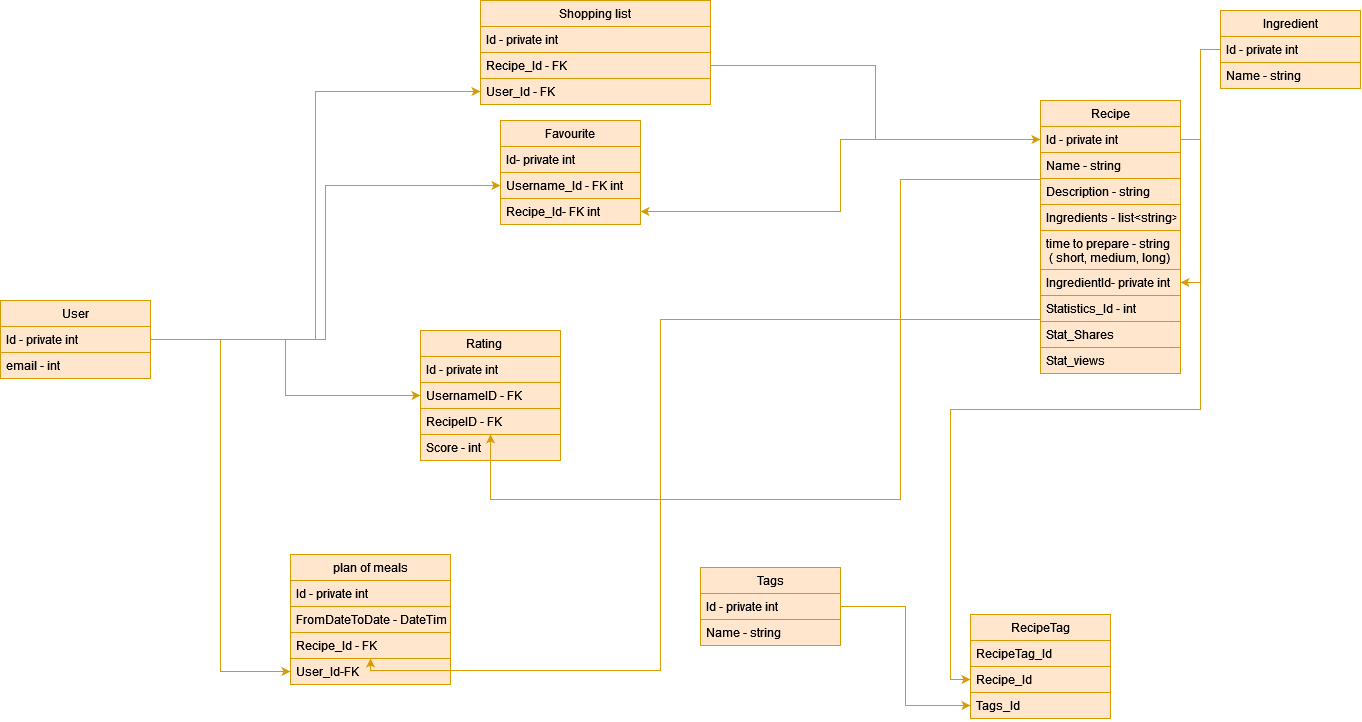
The draw.io diagram DatabaseStructure.drawio.png in Kyziur/WhatToCook, before a commit. Source tidied: cells renumbered, new cells last; positions are measured from the earlier drawing's top-left corner, leaving out a move shared by most shapes.
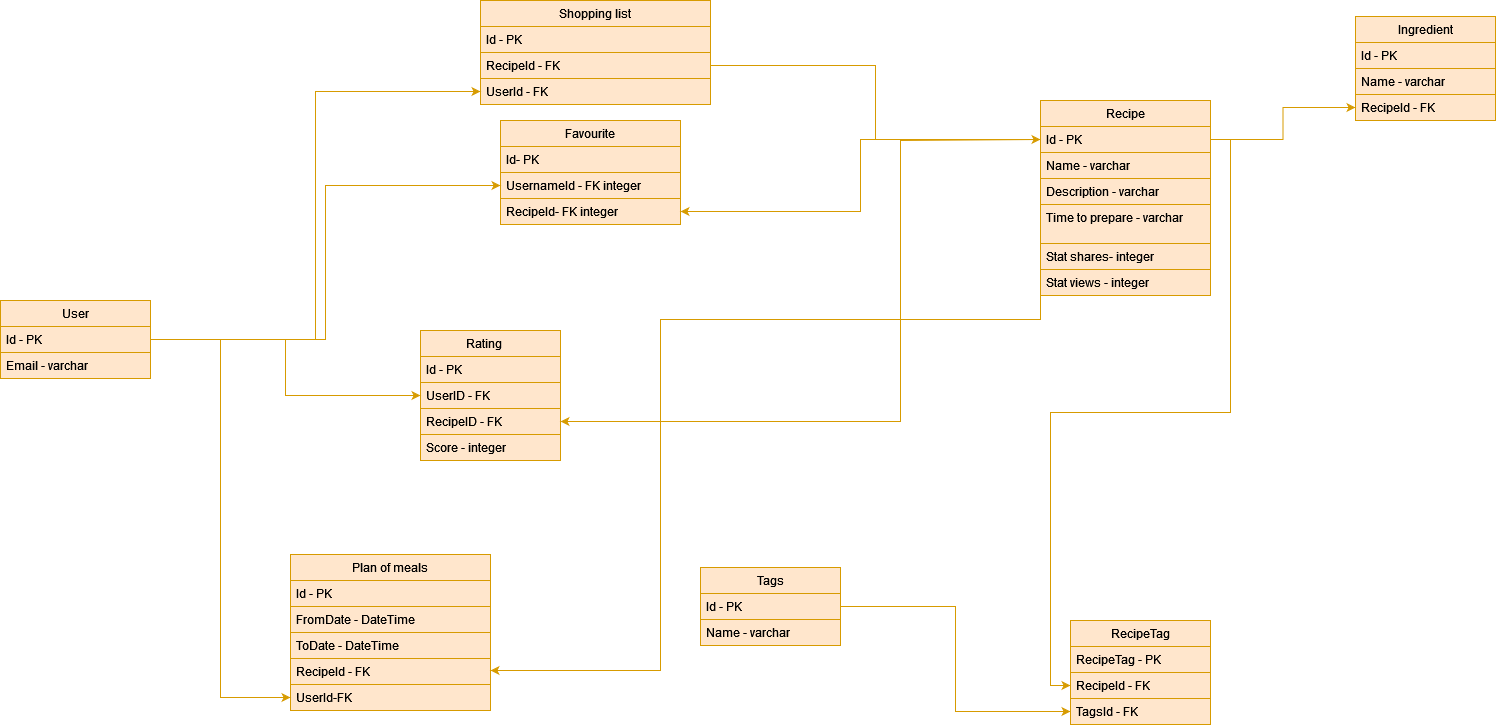
The same file after the commit.

Commit message:
applied suggested changes in DB structure

Diff of the diagram source:
```diff
@@ -5,11 +5,11 @@
     <mxCell id="2" value="RecipeTag" style="swimlane;fontStyle=0;horizontal=1;startSize=26;fillColor=#ffe6cc;strokeColor=#d79b00;" parent="1" vertex="1">
-      <mxGeometry x="970" y="614" width="140" height="104" as="geometry" />
+      <mxGeometry x="1070" y="620" width="140" height="104" as="geometry" />
     </mxCell>
-    <mxCell id="3" value="RecipeTag_Id" style="text;align=left;verticalAlign=top;spacingLeft=4;spacingRight=4;overflow=hidden;fillColor=#ffe6cc;strokeColor=#d79b00;" parent="2" vertex="1">
+    <mxCell id="3" value="RecipeTag - PK" style="text;align=left;verticalAlign=top;spacingLeft=4;spacingRight=4;overflow=hidden;fillColor=#ffe6cc;strokeColor=#d79b00;" parent="2" vertex="1">
       <mxGeometry y="26" width="140" height="26" as="geometry" />
     </mxCell>
-    <mxCell id="4" value="Recipe_Id" style="text;align=left;verticalAlign=top;spacingLeft=4;spacingRight=4;overflow=hidden;points=[[0,0.5],[1,0.5]];portConstraint=eastwest;fillColor=#ffe6cc;strokeColor=#d79b00;" parent="2" vertex="1">
+    <mxCell id="4" value="RecipeId - FK" style="text;align=left;verticalAlign=top;spacingLeft=4;spacingRight=4;overflow=hidden;points=[[0,0.5],[1,0.5]];portConstraint=eastwest;fillColor=#ffe6cc;strokeColor=#d79b00;" parent="2" vertex="1">
       <mxGeometry y="52" width="140" height="26" as="geometry" />
     </mxCell>
-    <mxCell id="5" value="Tags_Id" style="text;align=left;verticalAlign=top;spacingLeft=4;spacingRight=4;overflow=hidden;points=[[0,0.5],[1,0.5]];portConstraint=eastwest;fillColor=#ffe6cc;strokeColor=#d79b00;" parent="2" vertex="1">
+    <mxCell id="5" value="TagsId - FK" style="text;align=left;verticalAlign=top;spacingLeft=4;spacingRight=4;overflow=hidden;points=[[0,0.5],[1,0.5]];portConstraint=eastwest;fillColor=#ffe6cc;strokeColor=#d79b00;" parent="2" vertex="1">
       <mxGeometry y="78" width="140" height="26" as="geometry" />
@@ -19,6 +19,6 @@
     </mxCell>
-    <mxCell id="7" value="Id - private int" style="text;align=left;verticalAlign=top;spacingLeft=4;spacingRight=4;overflow=hidden;points=[[0,0.5],[1,0.5]];portConstraint=eastwest;fillColor=#ffe6cc;strokeColor=#d79b00;" parent="6" vertex="1">
+    <mxCell id="7" value="Id - PK" style="text;align=left;verticalAlign=top;spacingLeft=4;spacingRight=4;overflow=hidden;points=[[0,0.5],[1,0.5]];portConstraint=eastwest;fillColor=#ffe6cc;strokeColor=#d79b00;" parent="6" vertex="1">
       <mxGeometry y="26" width="140" height="26" as="geometry" />
     </mxCell>
-    <mxCell id="8" value="Name - string" style="text;align=left;verticalAlign=top;spacingLeft=4;spacingRight=4;overflow=hidden;fillColor=#ffe6cc;strokeColor=#d79b00;" parent="6" vertex="1">
+    <mxCell id="8" value="Name - varchar" style="text;align=left;verticalAlign=top;spacingLeft=4;spacingRight=4;overflow=hidden;fillColor=#ffe6cc;strokeColor=#d79b00;" parent="6" vertex="1">
       <mxGeometry y="52" width="140" height="26" as="geometry" />
@@ -26,42 +26,33 @@
     <mxCell id="9" value="Favourite" style="swimlane;fontStyle=0;horizontal=1;startSize=26;fillColor=#ffe6cc;strokeColor=#d79b00;" parent="1" vertex="1">
-      <mxGeometry x="500" y="120" width="140" height="104" as="geometry" />
+      <mxGeometry x="500" y="120" width="180" height="104" as="geometry" />
     </mxCell>
-    <mxCell id="10" value="Id- private int" style="text;align=left;verticalAlign=top;spacingLeft=4;spacingRight=4;overflow=hidden;fillColor=#ffe6cc;strokeColor=#d79b00;" parent="9" vertex="1">
-      <mxGeometry y="26" width="140" height="26" as="geometry" />
+    <mxCell id="10" value="Id- PK" style="text;align=left;verticalAlign=top;spacingLeft=4;spacingRight=4;overflow=hidden;fillColor=#ffe6cc;strokeColor=#d79b00;" parent="9" vertex="1">
+      <mxGeometry y="26" width="180" height="26" as="geometry" />
     </mxCell>
-    <mxCell id="11" value="Username_Id - FK int" style="text;align=left;verticalAlign=top;spacingLeft=4;spacingRight=4;overflow=hidden;points=[[0,0.5],[1,0.5]];portConstraint=eastwest;fillColor=#ffe6cc;strokeColor=#d79b00;" parent="9" vertex="1">
-      <mxGeometry y="52" width="140" height="26" as="geometry" />
+    <mxCell id="11" value="UsernameId - FK integer" style="text;align=left;verticalAlign=top;spacingLeft=4;spacingRight=4;overflow=hidden;points=[[0,0.5],[1,0.5]];portConstraint=eastwest;fillColor=#ffe6cc;strokeColor=#d79b00;" parent="9" vertex="1">
+      <mxGeometry y="52" width="180" height="26" as="geometry" />
     </mxCell>
-    <mxCell id="12" value="Recipe_Id- FK int" style="text;align=left;verticalAlign=top;spacingLeft=4;spacingRight=4;overflow=hidden;points=[[0,0.5],[1,0.5]];portConstraint=eastwest;fillColor=#ffe6cc;strokeColor=#d79b00;" parent="9" vertex="1">
-      <mxGeometry y="78" width="140" height="26" as="geometry" />
+    <mxCell id="12" value="RecipeId- FK integer" style="text;align=left;verticalAlign=top;spacingLeft=4;spacingRight=4;overflow=hidden;points=[[0,0.5],[1,0.5]];portConstraint=eastwest;fillColor=#ffe6cc;strokeColor=#d79b00;" parent="9" vertex="1">
+      <mxGeometry y="78" width="180" height="26" as="geometry" />
     </mxCell>
     <mxCell id="13" value="Recipe" style="swimlane;fontStyle=0;horizontal=1;startSize=26;fillColor=#ffe6cc;strokeColor=#d79b00;" parent="1" vertex="1">
-      <mxGeometry x="1040" y="100" width="140" height="273" as="geometry" />
+      <mxGeometry x="1040" y="100" width="170" height="195" as="geometry" />
     </mxCell>
-    <mxCell id="14" value="Id - private int" style="text;align=left;verticalAlign=top;spacingLeft=4;spacingRight=4;overflow=hidden;points=[[0,0.5],[1,0.5]];portConstraint=eastwest;fillColor=#ffe6cc;strokeColor=#d79b00;" parent="13" vertex="1">
-      <mxGeometry y="26" width="140" height="26" as="geometry" />
+    <mxCell id="14" value="Id - PK" style="text;align=left;verticalAlign=top;spacingLeft=4;spacingRight=4;overflow=hidden;points=[[0,0.5],[1,0.5]];portConstraint=eastwest;fillColor=#ffe6cc;strokeColor=#d79b00;" parent="13" vertex="1">
+      <mxGeometry y="26" width="170" height="26" as="geometry" />
     </mxCell>
-    <mxCell id="15" value="Name - string" style="text;align=left;verticalAlign=top;spacingLeft=4;spacingRight=4;overflow=hidden;fillColor=#ffe6cc;strokeColor=#d79b00;" parent="13" vertex="1">
-      <mxGeometry y="52" width="140" height="26" as="geometry" />
+    <mxCell id="15" value="Name - varchar" style="text;align=left;verticalAlign=top;spacingLeft=4;spacingRight=4;overflow=hidden;fillColor=#ffe6cc;strokeColor=#d79b00;" parent="13" vertex="1">
+      <mxGeometry y="52" width="170" height="26" as="geometry" />
     </mxCell>
-    <mxCell id="16" value="Description - string" style="text;align=left;verticalAlign=top;spacingLeft=4;spacingRight=4;overflow=hidden;fillColor=#ffe6cc;strokeColor=#d79b00;" parent="13" vertex="1">
-      <mxGeometry y="78" width="140" height="26" as="geometry" />
+    <mxCell id="16" value="Description - varchar" style="text;align=left;verticalAlign=top;spacingLeft=4;spacingRight=4;overflow=hidden;fillColor=#ffe6cc;strokeColor=#d79b00;" parent="13" vertex="1">
+      <mxGeometry y="78" width="170" height="26" as="geometry" />
     </mxCell>
-    <mxCell id="17" value="Ingredients - list&lt;string&gt;" style="text;align=left;verticalAlign=top;spacingLeft=4;spacingRight=4;overflow=hidden;fillColor=#ffe6cc;strokeColor=#d79b00;" parent="13" vertex="1">
-      <mxGeometry y="104" width="140" height="26" as="geometry" />
-    </mxCell>
-    <mxCell id="18" value="time to prepare - string&#10; ( short, medium, long)" style="text;align=left;verticalAlign=top;spacingLeft=4;spacingRight=4;overflow=hidden;fillColor=#ffe6cc;strokeColor=#d79b00;" parent="13" vertex="1">
-      <mxGeometry y="130" width="140" height="39" as="geometry" />
+    <mxCell id="18" value="Time to prepare - varchar" style="text;align=left;verticalAlign=top;spacingLeft=4;spacingRight=4;overflow=hidden;fillColor=#ffe6cc;strokeColor=#d79b00;" parent="13" vertex="1">
+      <mxGeometry y="104" width="170" height="39" as="geometry" />
     </mxCell>
-    <mxCell id="19" value="IngredientId- private int" style="text;align=left;verticalAlign=top;spacingLeft=4;spacingRight=4;overflow=hidden;points=[[0,0.5],[1,0.5]];portConstraint=eastwest;fillColor=#ffe6cc;strokeColor=#d79b00;" parent="13" vertex="1">
-      <mxGeometry y="169" width="140" height="26" as="geometry" />
-    </mxCell>
-    <mxCell id="20" value="Statistics_Id - int" style="text;align=left;verticalAlign=top;spacingLeft=4;spacingRight=4;overflow=hidden;fillColor=#ffe6cc;strokeColor=#d79b00;" parent="13" vertex="1">
-      <mxGeometry y="195" width="140" height="26" as="geometry" />
-    </mxCell>
-    <mxCell id="21" value="Stat_Shares" style="text;align=left;verticalAlign=top;spacingLeft=4;spacingRight=4;overflow=hidden;fillColor=#ffe6cc;strokeColor=#d79b00;" parent="13" vertex="1">
-      <mxGeometry y="221" width="140" height="26" as="geometry" />
+    <mxCell id="21" value="Stat shares- integer" style="text;align=left;verticalAlign=top;spacingLeft=4;spacingRight=4;overflow=hidden;fillColor=#ffe6cc;strokeColor=#d79b00;" parent="13" vertex="1">
+      <mxGeometry y="143" width="170" height="26" as="geometry" />
     </mxCell>
-    <mxCell id="22" value="Stat_views" style="text;align=left;verticalAlign=top;spacingLeft=4;spacingRight=4;overflow=hidden;fillColor=#ffe6cc;strokeColor=#d79b00;" parent="13" vertex="1">
-      <mxGeometry y="247" width="140" height="26" as="geometry" />
+    <mxCell id="22" value="Stat views - integer" style="text;align=left;verticalAlign=top;spacingLeft=4;spacingRight=4;overflow=hidden;fillColor=#ffe6cc;strokeColor=#d79b00;" parent="13" vertex="1">
+      <mxGeometry y="169" width="170" height="26" as="geometry" />
     </mxCell>
@@ -70,6 +61,6 @@
     </mxCell>
-    <mxCell id="24" value="Id - private int&#10;" style="text;align=left;verticalAlign=top;spacingLeft=4;spacingRight=4;overflow=hidden;fillColor=#ffe6cc;strokeColor=#d79b00;" parent="23" vertex="1">
+    <mxCell id="24" value="Id - PK" style="text;align=left;verticalAlign=top;spacingLeft=4;spacingRight=4;overflow=hidden;fillColor=#ffe6cc;strokeColor=#d79b00;" parent="23" vertex="1">
       <mxGeometry y="26" width="140" height="26" as="geometry" />
     </mxCell>
-    <mxCell id="25" value="UsernameID - FK&#10;" style="text;align=left;verticalAlign=top;spacingLeft=4;spacingRight=4;overflow=hidden;points=[[0,0.5],[1,0.5]];portConstraint=eastwest;fillColor=#ffe6cc;strokeColor=#d79b00;" parent="23" vertex="1">
+    <mxCell id="25" value="UserID - FK&#10;" style="text;align=left;verticalAlign=top;spacingLeft=4;spacingRight=4;overflow=hidden;points=[[0,0.5],[1,0.5]];portConstraint=eastwest;fillColor=#ffe6cc;strokeColor=#d79b00;" parent="23" vertex="1">
       <mxGeometry y="52" width="140" height="26" as="geometry" />
@@ -79,19 +70,22 @@
     </mxCell>
-    <mxCell id="27" value="Score - int" style="text;align=left;verticalAlign=top;spacingLeft=4;spacingRight=4;overflow=hidden;fillColor=#ffe6cc;strokeColor=#d79b00;" parent="23" vertex="1">
+    <mxCell id="27" value="Score - integer" style="text;align=left;verticalAlign=top;spacingLeft=4;spacingRight=4;overflow=hidden;fillColor=#ffe6cc;strokeColor=#d79b00;" parent="23" vertex="1">
       <mxGeometry y="104" width="140" height="26" as="geometry" />
     </mxCell>
-    <mxCell id="28" value="plan of meals" style="swimlane;fontStyle=0;horizontal=1;startSize=26;fillColor=#ffe6cc;strokeColor=#d79b00;" parent="1" vertex="1">
-      <mxGeometry x="290" y="554" width="160" height="130" as="geometry" />
+    <mxCell id="28" value="Plan of meals" style="swimlane;fontStyle=0;horizontal=1;startSize=26;fillColor=#ffe6cc;strokeColor=#d79b00;" parent="1" vertex="1">
+      <mxGeometry x="290" y="554" width="200" height="156" as="geometry" />
     </mxCell>
-    <mxCell id="29" value="Id - private int" style="text;align=left;verticalAlign=top;spacingLeft=4;spacingRight=4;overflow=hidden;fillColor=#ffe6cc;strokeColor=#d79b00;" parent="28" vertex="1">
-      <mxGeometry y="26" width="160" height="26" as="geometry" />
+    <mxCell id="29" value="Id - PK" style="text;align=left;verticalAlign=top;spacingLeft=4;spacingRight=4;overflow=hidden;fillColor=#ffe6cc;strokeColor=#d79b00;" parent="28" vertex="1">
+      <mxGeometry y="26" width="200" height="26" as="geometry" />
     </mxCell>
-    <mxCell id="30" value="FromDateToDate - DateTime" style="text;align=left;verticalAlign=top;spacingLeft=4;spacingRight=4;overflow=hidden;fillColor=#ffe6cc;strokeColor=#d79b00;" parent="28" vertex="1">
-      <mxGeometry y="52" width="160" height="26" as="geometry" />
+    <mxCell id="30" value="FromDate - DateTime" style="text;align=left;verticalAlign=top;spacingLeft=4;spacingRight=4;overflow=hidden;fillColor=#ffe6cc;strokeColor=#d79b00;" parent="28" vertex="1">
+      <mxGeometry y="52" width="200" height="26" as="geometry" />
     </mxCell>
+    <mxCell id="54" value="ToDate - DateTime" style="text;align=left;verticalAlign=top;spacingLeft=4;spacingRight=4;overflow=hidden;fillColor=#ffe6cc;strokeColor=#d79b00;" parent="28" vertex="1">
+      <mxGeometry y="78" width="200" height="26" as="geometry" />
+    </mxCell>
-    <mxCell id="31" value="Recipe_Id - FK" style="text;align=left;verticalAlign=top;spacingLeft=4;spacingRight=4;overflow=hidden;points=[[0,0.5],[1,0.5]];portConstraint=eastwest;fillColor=#ffe6cc;strokeColor=#d79b00;" parent="28" vertex="1">
-      <mxGeometry y="78" width="160" height="26" as="geometry" />
+    <mxCell id="31" value="RecipeId - FK" style="text;align=left;verticalAlign=top;spacingLeft=4;spacingRight=4;overflow=hidden;points=[[0,0.5],[1,0.5]];portConstraint=eastwest;fillColor=#ffe6cc;strokeColor=#d79b00;" parent="28" vertex="1">
+      <mxGeometry y="104" width="200" height="26" as="geometry" />
     </mxCell>
-    <mxCell id="32" value="User_Id-FK" style="text;align=left;verticalAlign=top;spacingLeft=4;spacingRight=4;overflow=hidden;points=[[0,0.5],[1,0.5]];portConstraint=eastwest;fillColor=#ffe6cc;strokeColor=#d79b00;" parent="28" vertex="1">
-      <mxGeometry y="104" width="160" height="26" as="geometry" />
+    <mxCell id="32" value="UserId-FK" style="text;align=left;verticalAlign=top;spacingLeft=4;spacingRight=4;overflow=hidden;points=[[0,0.5],[1,0.5]];portConstraint=eastwest;fillColor=#ffe6cc;strokeColor=#d79b00;" parent="28" vertex="1">
+      <mxGeometry y="130" width="200" height="26" as="geometry" />
     </mxCell>
@@ -100,6 +94,6 @@
     </mxCell>
-    <mxCell id="34" value="Id - private int" style="text;align=left;verticalAlign=top;spacingLeft=4;spacingRight=4;overflow=hidden;points=[[0,0.5],[1,0.5]];portConstraint=eastwest;fillColor=#ffe6cc;strokeColor=#d79b00;" parent="33" vertex="1">
+    <mxCell id="34" value="Id - PK" style="text;align=left;verticalAlign=top;spacingLeft=4;spacingRight=4;overflow=hidden;points=[[0,0.5],[1,0.5]];portConstraint=eastwest;fillColor=#ffe6cc;strokeColor=#d79b00;" parent="33" vertex="1">
       <mxGeometry y="26" width="150" height="26" as="geometry" />
     </mxCell>
-    <mxCell id="35" value="email - int" style="text;align=left;verticalAlign=top;spacingLeft=4;spacingRight=4;overflow=hidden;fillColor=#ffe6cc;strokeColor=#d79b00;" parent="33" vertex="1">
+    <mxCell id="35" value="Email - varchar" style="text;align=left;verticalAlign=top;spacingLeft=4;spacingRight=4;overflow=hidden;fillColor=#ffe6cc;strokeColor=#d79b00;" parent="33" vertex="1">
       <mxGeometry y="52" width="150" height="26" as="geometry" />
@@ -109,9 +103,9 @@
     </mxCell>
-    <mxCell id="37" value="Id - private int" style="text;align=left;verticalAlign=top;spacingLeft=4;spacingRight=4;overflow=hidden;fillColor=#ffe6cc;strokeColor=#d79b00;" parent="36" vertex="1">
+    <mxCell id="37" value="Id - PK" style="text;align=left;verticalAlign=top;spacingLeft=4;spacingRight=4;overflow=hidden;fillColor=#ffe6cc;strokeColor=#d79b00;" parent="36" vertex="1">
       <mxGeometry y="26" width="230" height="26" as="geometry" />
     </mxCell>
-    <mxCell id="38" value="Recipe_Id - FK" style="text;align=left;verticalAlign=top;spacingLeft=4;spacingRight=4;overflow=hidden;points=[[0,0.5],[1,0.5]];portConstraint=eastwest;fillColor=#ffe6cc;strokeColor=#d79b00;" parent="36" vertex="1">
+    <mxCell id="38" value="RecipeId - FK" style="text;align=left;verticalAlign=top;spacingLeft=4;spacingRight=4;overflow=hidden;points=[[0,0.5],[1,0.5]];portConstraint=eastwest;fillColor=#ffe6cc;strokeColor=#d79b00;" parent="36" vertex="1">
       <mxGeometry y="52" width="230" height="26" as="geometry" />
     </mxCell>
-    <mxCell id="39" value="User_Id - FK" style="text;align=left;verticalAlign=top;spacingLeft=4;spacingRight=4;overflow=hidden;points=[[0,0.5],[1,0.5]];portConstraint=eastwest;fillColor=#ffe6cc;strokeColor=#d79b00;" parent="36" vertex="1">
+    <mxCell id="39" value="UserId - FK" style="text;align=left;verticalAlign=top;spacingLeft=4;spacingRight=4;overflow=hidden;points=[[0,0.5],[1,0.5]];portConstraint=eastwest;fillColor=#ffe6cc;strokeColor=#d79b00;" parent="36" vertex="1">
       <mxGeometry y="78" width="230" height="26" as="geometry" />
@@ -130,4 +124,4 @@
         <Array as="points">
-          <mxPoint x="900" y="179" />
-          <mxPoint x="900" y="499" />
+          <mxPoint x="900" y="140" />
+          <mxPoint x="900" y="421" />
         </Array>
@@ -150,2 +144,3 @@
         <Array as="points">
+          <mxPoint x="1040" y="319" />
           <mxPoint x="660" y="319" />
@@ -159,13 +154,16 @@
     <mxCell id="50" value="Ingredient" style="swimlane;fontStyle=0;horizontal=1;startSize=26;fillColor=#ffe6cc;strokeColor=#d79b00;" parent="1" vertex="1">
-      <mxGeometry x="1220" y="10" width="140" height="78" as="geometry" />
+      <mxGeometry x="1355" y="16" width="140" height="104" as="geometry" />
     </mxCell>
-    <mxCell id="51" value="Id - private int" style="text;align=left;verticalAlign=top;spacingLeft=4;spacingRight=4;overflow=hidden;points=[[0,0.5],[1,0.5]];portConstraint=eastwest;fillColor=#ffe6cc;strokeColor=#d79b00;" parent="50" vertex="1">
+    <mxCell id="51" value="Id - PK" style="text;align=left;verticalAlign=top;spacingLeft=4;spacingRight=4;overflow=hidden;points=[[0,0.5],[1,0.5]];portConstraint=eastwest;fillColor=#ffe6cc;strokeColor=#d79b00;" parent="50" vertex="1">
       <mxGeometry y="26" width="140" height="26" as="geometry" />
     </mxCell>
-    <mxCell id="52" value="Name - string" style="text;align=left;verticalAlign=top;spacingLeft=4;spacingRight=4;overflow=hidden;fillColor=#ffe6cc;strokeColor=#d79b00;" parent="50" vertex="1">
+    <mxCell id="52" value="Name - varchar" style="text;align=left;verticalAlign=top;spacingLeft=4;spacingRight=4;overflow=hidden;fillColor=#ffe6cc;strokeColor=#d79b00;" parent="50" vertex="1">
       <mxGeometry y="52" width="140" height="26" as="geometry" />
     </mxCell>
-    <mxCell id="53" style="edgeStyle=orthogonalEdgeStyle;rounded=0;jettySize=auto;html=1;exitX=0;exitY=0.5;exitDx=0;exitDy=0;entryX=1;entryY=0.5;entryDx=0;entryDy=0;fillColor=#ffe6cc;strokeColor=#d79b00;" parent="1" edge="1" source="51" target="19">
-      <mxGeometry relative="1" as="geometry" />
-    </mxCell>
+    <mxCell id="55" value="RecipeId - FK" style="text;align=left;verticalAlign=top;spacingLeft=4;spacingRight=4;overflow=hidden;points=[[0,0.5],[1,0.5]];portConstraint=eastwest;fillColor=#ffe6cc;strokeColor=#d79b00;" parent="50" vertex="1">
+      <mxGeometry y="78" width="140" height="26" as="geometry" />
+    </mxCell>
+    <mxCell id="56" style="edgeStyle=orthogonalEdgeStyle;rounded=0;jettySize=auto;html=1;exitX=1;exitY=0.5;exitDx=0;exitDy=0;entryX=0;entryY=0.5;entryDx=0;entryDy=0;fillColor=#ffe6cc;strokeColor=#d79b00;" parent="1" edge="1" source="14" target="55">
+      <mxGeometry relative="1" as="geometry" />
+    </mxCell>
   </root>
```
